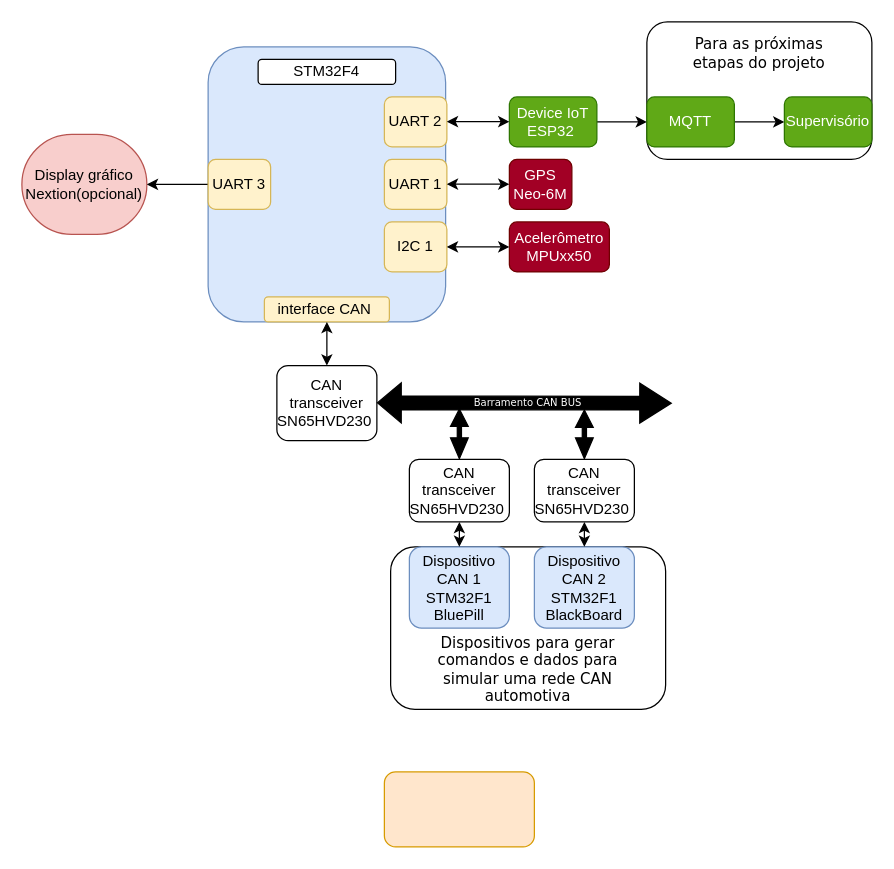
Earlier version of the draw.io diagram Projeto LEDA.drawio (icarofcb/Projeto-LEDA). Source tidied: cells renumbered, new cells numbered last; positions are measured from the earlier drawing's top-left corner, leaving out a move shared by most shapes. Both pictures are drawn from the tidied source at 125%, with x=0, y=0 at pixel (21, 21).
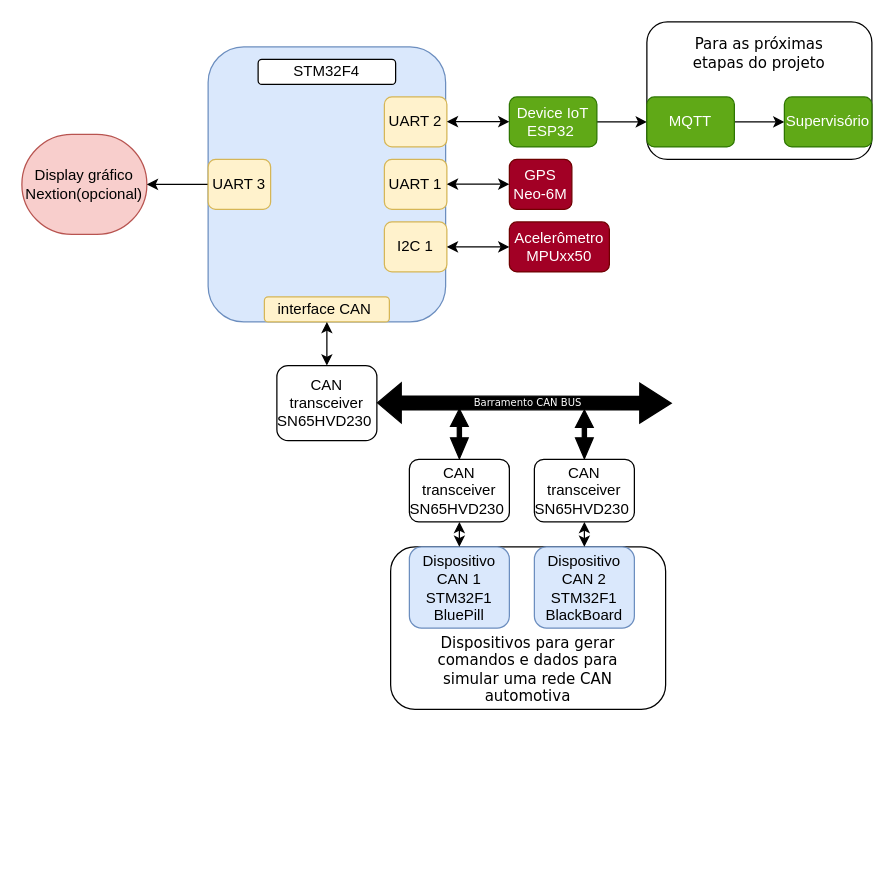
The same page after the edit.

The edit, as a diff of the source:
```diff
@@
-    <mxCell id="38" style="rounded=1;whiteSpace=wrap;html=1;fillColor=#ffe6cc;strokeColor=#d79b00;" parent="1" vertex="1">
-      <mxGeometry x="290" y="600" width="120" height="60" as="geometry" />
-    </mxCell>
```
